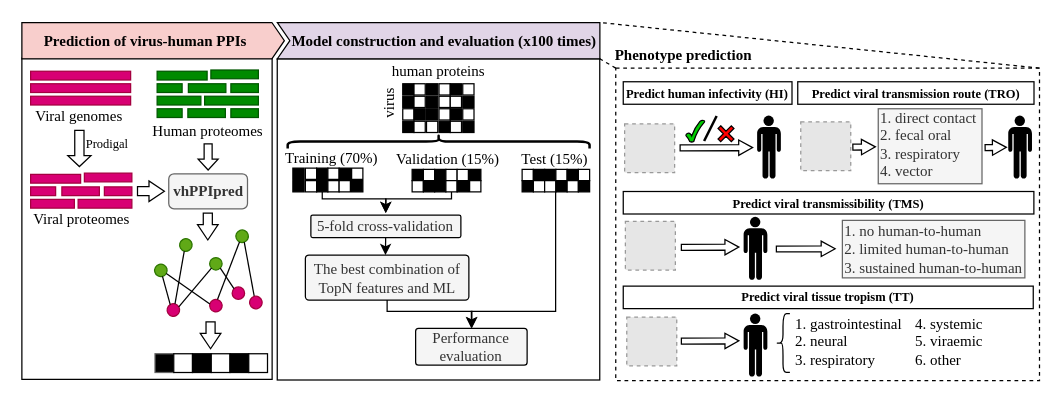
This is fig_saved/Fig1B_workflow.drawio from ZyuanZhang/vhPPIpredict-viral-phenotypes, a draw.io file, before an edit. Source tidied: cells renumbered, new cells numbered last; positions are measured from the earlier drawing's top-left corner, leaving out a move shared by most shapes. Both pictures are drawn from the tidied source at 125%, with x=0, y=0 at pixel (21, -10). Pictures stored in the file or linked from it are replaced by grey dashed boxes.
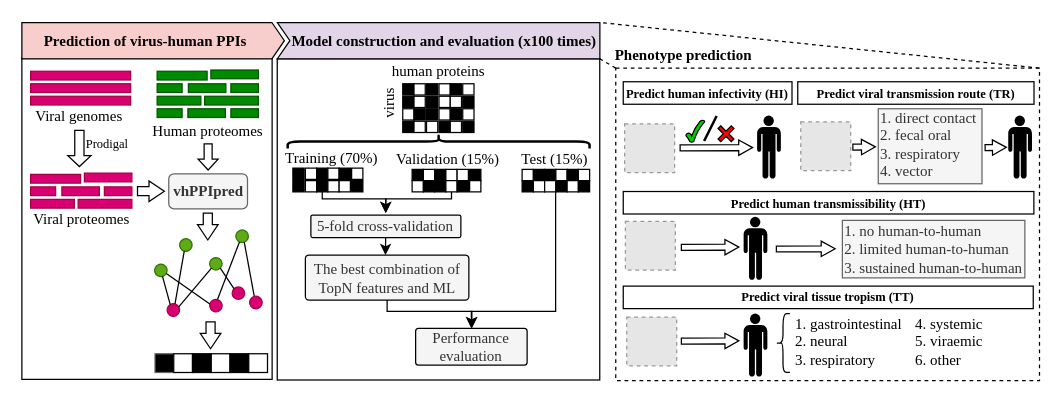
The same page after the edit.

The edit, as a diff of the source:
```diff
@@
-    <mxCell id="124" value="&lt;font size=&quot;1&quot; face=&quot;Times New Roman&quot;&gt;&lt;b style=&quot;&quot;&gt;Predict viral transmission route (TRO)&lt;/b&gt;&lt;/font&gt;" style="rounded=0;whiteSpace=wrap;html=1;" parent="1" vertex="1">
+    <mxCell id="124" value="&lt;font size=&quot;1&quot; face=&quot;Times New Roman&quot;&gt;&lt;b style=&quot;&quot;&gt;Predict viral transmission route (TR)&lt;/b&gt;&lt;/font&gt;" style="rounded=0;whiteSpace=wrap;html=1;" parent="1" vertex="1">
       <mxGeometry x="620.7" y="72.9" width="189" height="18" as="geometry" />
     </mxCell>
@@
-    <mxCell id="126" value="&lt;font size=&quot;1&quot; face=&quot;Times New Roman&quot;&gt;&lt;b style=&quot;&quot;&gt;Predict viral transmissibility (TMS)&lt;/b&gt;&lt;/font&gt;" style="rounded=0;whiteSpace=wrap;html=1;" parent="1" vertex="1">
+    <mxCell id="126" value="&lt;font size=&quot;1&quot; face=&quot;Times New Roman&quot;&gt;&lt;b style=&quot;&quot;&gt;Predict human transmissibility (HT)&lt;/b&gt;&lt;/font&gt;" style="rounded=0;whiteSpace=wrap;html=1;" parent="1" vertex="1">
       <mxGeometry x="481.1" y="160.7" width="328.5" height="18" as="geometry" />
     </mxCell>
```
